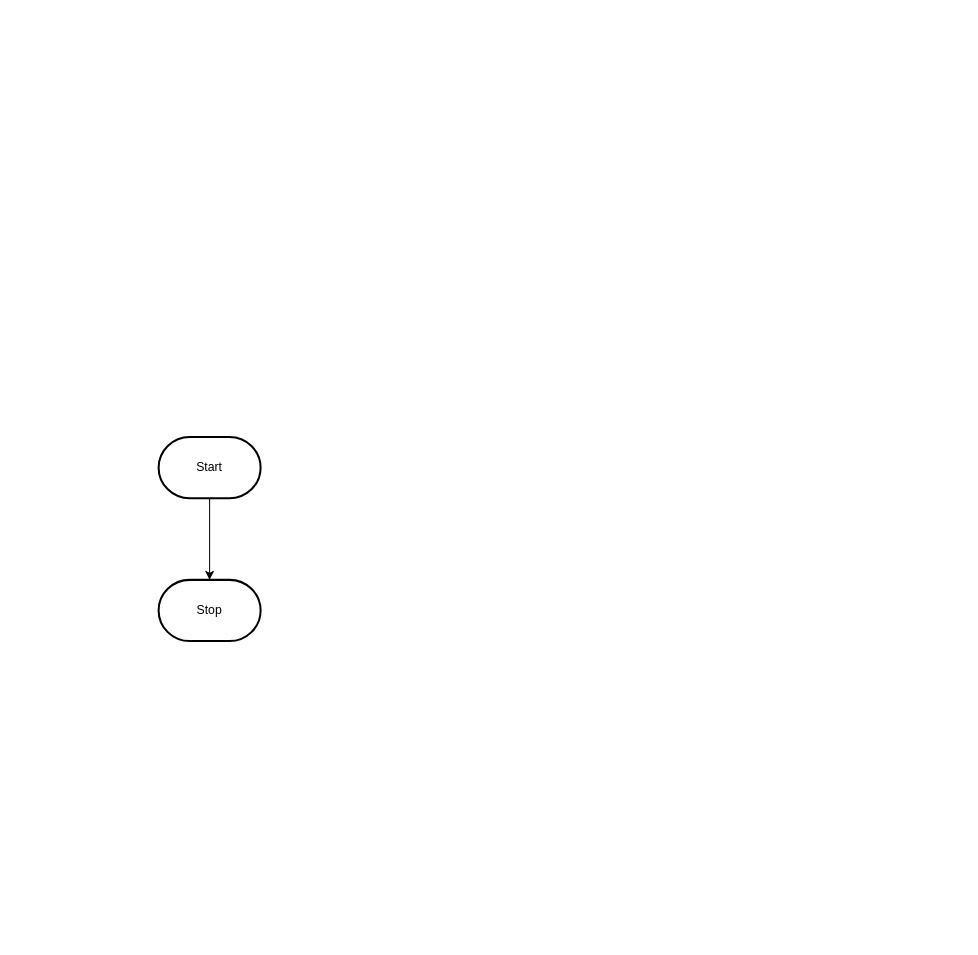
Above: design/flowchart.drawio in MTHS-ICS3U-2-2022/ICS3U-Assignment-5-Nina-S-Mathew (draw.io), before the change. Source tidied: cells renumbered, new cells numbered last; positions are measured from the earlier drawing's top-left corner, leaving out a move shared by most shapes. Both pictures are drawn from the tidied source at 102%, with x=0, y=0 at pixel (158, 437).
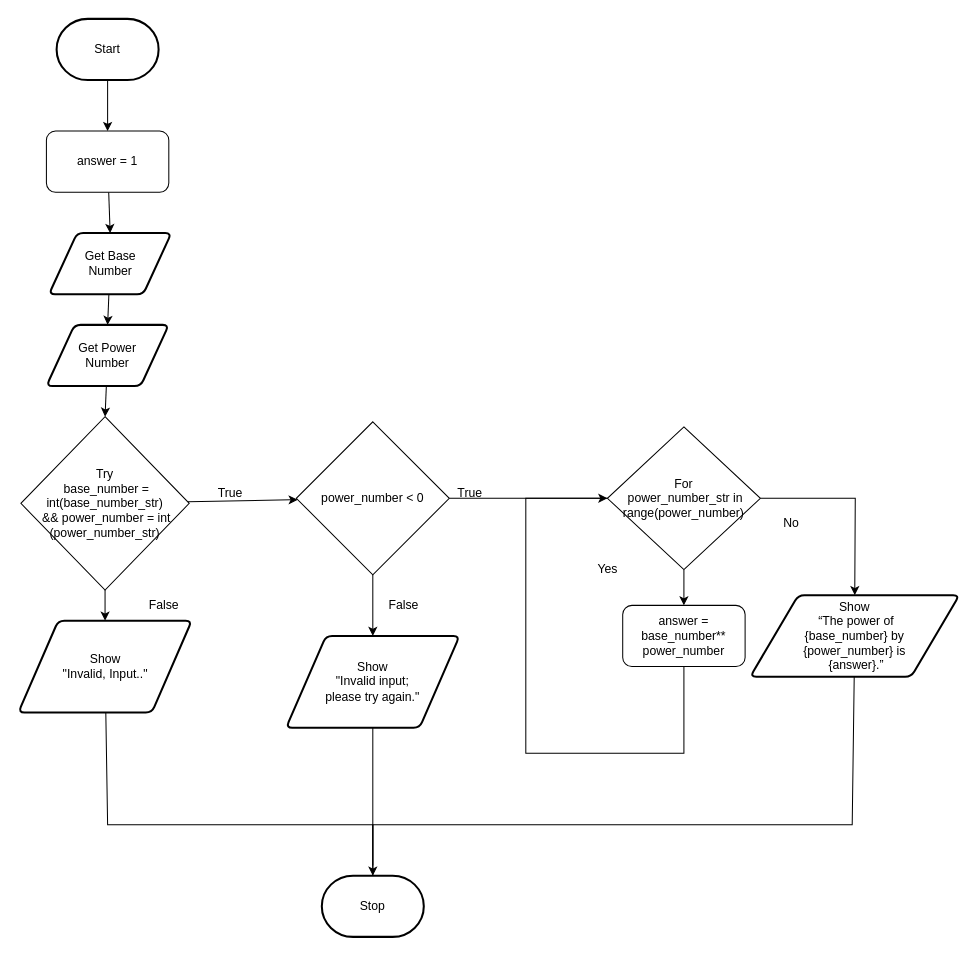
The same page after the edit.

What changed in the source:
```diff
@@
-    <mxCell id="2" style="edgeStyle=orthogonalEdgeStyle;html=1;rounded=0;" parent="1" edge="1" source="3" target="4">
+    <mxCell id="2" style="edgeStyle=none;html=1;" parent="1" edge="1" source="3" target="6">
       <mxGeometry relative="1" as="geometry" />
     </mxCell>
     <mxCell id="3" value="Start" style="strokeWidth=2;html=1;shape=mxgraph.flowchart.terminator;whiteSpace=wrap;" parent="1" vertex="1">
-      <mxGeometry width="100" height="60" as="geometry" />
+      <mxGeometry x="-100" y="-410" width="100" height="60" as="geometry" />
     </mxCell>
     <mxCell id="4" value="Stop" style="strokeWidth=2;html=1;shape=mxgraph.flowchart.terminator;whiteSpace=wrap;" parent="1" vertex="1">
-      <mxGeometry y="140" width="100" height="60" as="geometry" />
+      <mxGeometry x="160" y="430" width="100" height="60" as="geometry" />
     </mxCell>
+    <mxCell id="5" style="edgeStyle=none;html=1;entryX=0.5;entryY=0;entryDx=0;entryDy=0;" parent="1" edge="1" source="6" target="8">
+      <mxGeometry relative="1" as="geometry" />
+    </mxCell>
+    <mxCell id="6" value="answer = 1" style="rounded=1;whiteSpace=wrap;html=1;" parent="1" vertex="1">
+      <mxGeometry x="-110" y="-300" width="120" height="60" as="geometry" />
+    </mxCell>
+    <mxCell id="7" style="edgeStyle=none;html=1;entryX=0.5;entryY=0;entryDx=0;entryDy=0;" parent="1" edge="1" source="8" target="33">
+      <mxGeometry relative="1" as="geometry" />
+    </mxCell>
+    <mxCell id="8" value="Get Base &lt;br&gt;Number" style="shape=parallelogram;html=1;strokeWidth=2;perimeter=parallelogramPerimeter;whiteSpace=wrap;rounded=1;arcSize=12;size=0.23;" parent="1" vertex="1">
+      <mxGeometry x="-107.5" y="-200" width="120" height="60" as="geometry" />
+    </mxCell>
+    <mxCell id="9" style="edgeStyle=none;html=1;entryX=0.5;entryY=0;entryDx=0;entryDy=0;" parent="1" edge="1" source="11" target="22">
+      <mxGeometry relative="1" as="geometry" />
+    </mxCell>
+    <mxCell id="10" style="edgeStyle=none;rounded=0;html=1;exitX=1;exitY=0.5;exitDx=0;exitDy=0;endArrow=classic;endFill=1;entryX=0.5;entryY=0;entryDx=0;entryDy=0;" parent="1" edge="1" source="11" target="21">
+      <mxGeometry relative="1" as="geometry">
+        <Array as="points">
+          <mxPoint x="683" y="60" />
+        </Array>
+      </mxGeometry>
+    </mxCell>
+    <mxCell id="11" value="For&lt;br&gt;&amp;nbsp;power_number_str in range(power_number)" style="rhombus;whiteSpace=wrap;html=1;" parent="1" vertex="1">
+      <mxGeometry x="440" y="-10" width="150" height="140" as="geometry" />
+    </mxCell>
+    <mxCell id="12" style="edgeStyle=none;rounded=0;html=1;entryX=0;entryY=0.5;entryDx=0;entryDy=0;exitX=0.5;exitY=1;exitDx=0;exitDy=0;" parent="1" edge="1" source="22" target="11">
+      <mxGeometry relative="1" as="geometry">
+        <Array as="points">
+          <mxPoint x="515" y="310" />
+          <mxPoint x="360" y="310" />
+          <mxPoint x="360" y="60" />
+        </Array>
+      </mxGeometry>
+    </mxCell>
+    <mxCell id="13" value="Yes" style="text;html=1;align=center;verticalAlign=middle;strokeColor=none;fillColor=none;" parent="1" vertex="1">
+      <mxGeometry x="420" y="115" width="40" height="30" as="geometry" />
+    </mxCell>
+    <mxCell id="14" value="No" style="text;html=1;align=center;verticalAlign=middle;strokeColor=none;fillColor=none;" parent="1" vertex="1">
+      <mxGeometry x="600" y="70" width="40" height="30" as="geometry" />
+    </mxCell>
+    <mxCell id="15" style="edgeStyle=none;rounded=0;html=1;entryX=0.5;entryY=0;entryDx=0;entryDy=0;" parent="1" edge="1" source="17" target="19">
+      <mxGeometry relative="1" as="geometry" />
+    </mxCell>
+    <mxCell id="16" style="edgeStyle=none;html=1;" parent="1" edge="1" source="17" target="27">
+      <mxGeometry relative="1" as="geometry" />
+    </mxCell>
+    <mxCell id="17" value="Try&lt;br&gt;&amp;nbsp;base_number = int(base_number_str)&lt;br&gt;&amp;nbsp;&amp;amp;&amp;amp;&amp;nbsp;power_number = int&lt;br&gt;(power_number_str)" style="rhombus;whiteSpace=wrap;html=1;" parent="1" vertex="1">
+      <mxGeometry x="-135" y="-20" width="165" height="170" as="geometry" />
+    </mxCell>
+    <mxCell id="18" style="edgeStyle=none;html=1;entryX=0.5;entryY=0;entryDx=0;entryDy=0;entryPerimeter=0;endArrow=none;endFill=0;rounded=0;" parent="1" edge="1" source="19" target="4">
+      <mxGeometry relative="1" as="geometry">
+        <Array as="points">
+          <mxPoint x="-50" y="380" />
+          <mxPoint x="210" y="380" />
+        </Array>
+      </mxGeometry>
+    </mxCell>
+    <mxCell id="19" value="Show &lt;br&gt;&quot;Invalid, Input..&quot;" style="shape=parallelogram;html=1;strokeWidth=2;perimeter=parallelogramPerimeter;whiteSpace=wrap;rounded=1;arcSize=12;size=0.23;" parent="1" vertex="1">
+      <mxGeometry x="-137.5" y="180" width="170" height="90" as="geometry" />
+    </mxCell>
+    <mxCell id="20" style="edgeStyle=none;html=1;entryX=0.5;entryY=0;entryDx=0;entryDy=0;entryPerimeter=0;endArrow=classic;endFill=1;rounded=0;" parent="1" edge="1" source="21" target="4">
+      <mxGeometry relative="1" as="geometry">
+        <Array as="points">
+          <mxPoint x="680" y="380" />
+          <mxPoint x="210" y="380" />
+        </Array>
+      </mxGeometry>
+    </mxCell>
+    <mxCell id="21" value="Show &lt;br&gt;&amp;nbsp;“The power of &lt;br&gt;{base_number} by &lt;br&gt;{power_number} is&lt;br&gt;&amp;nbsp;{answer}.”" style="shape=parallelogram;html=1;strokeWidth=2;perimeter=parallelogramPerimeter;whiteSpace=wrap;rounded=1;arcSize=12;size=0.23;" parent="1" vertex="1">
+      <mxGeometry x="580" y="155" width="205" height="80" as="geometry" />
+    </mxCell>
+    <mxCell id="22" value="answer = base_number**&lt;br&gt;power_number" style="rounded=1;whiteSpace=wrap;html=1;" parent="1" vertex="1">
+      <mxGeometry x="455" y="165" width="120" height="60" as="geometry" />
+    </mxCell>
+    <mxCell id="23" value="True" style="text;html=1;align=center;verticalAlign=middle;strokeColor=none;fillColor=none;" parent="1" vertex="1">
+      <mxGeometry x="45" y="40" width="50" height="30" as="geometry" />
+    </mxCell>
+    <mxCell id="24" value="False" style="text;html=1;align=center;verticalAlign=middle;strokeColor=none;fillColor=none;" parent="1" vertex="1">
+      <mxGeometry x="-20" y="150" width="50" height="30" as="geometry" />
+    </mxCell>
+    <mxCell id="25" style="edgeStyle=none;rounded=0;html=1;entryX=0.5;entryY=0;entryDx=0;entryDy=0;" parent="1" edge="1" source="27" target="29">
+      <mxGeometry relative="1" as="geometry" />
+    </mxCell>
+    <mxCell id="26" style="edgeStyle=none;html=1;entryX=0;entryY=0.5;entryDx=0;entryDy=0;endArrow=none;endFill=0;" parent="1" edge="1" source="27" target="11">
+      <mxGeometry relative="1" as="geometry" />
+    </mxCell>
+    <mxCell id="27" value="power_number &amp;lt; 0" style="rhombus;whiteSpace=wrap;html=1;" parent="1" vertex="1">
+      <mxGeometry x="135" y="-15" width="150" height="150" as="geometry" />
+    </mxCell>
+    <mxCell id="28" style="edgeStyle=none;html=1;endArrow=none;endFill=0;" parent="1" edge="1" source="29">
+      <mxGeometry relative="1" as="geometry">
+        <mxPoint x="210" y="420" as="targetPoint" />
+      </mxGeometry>
+    </mxCell>
+    <mxCell id="29" value="Show &lt;br&gt;&quot;Invalid input; &lt;br&gt;please try again.&quot;" style="shape=parallelogram;html=1;strokeWidth=2;perimeter=parallelogramPerimeter;whiteSpace=wrap;rounded=1;arcSize=12;size=0.23;" parent="1" vertex="1">
+      <mxGeometry x="125" y="195" width="170" height="90" as="geometry" />
+    </mxCell>
+    <mxCell id="30" value="True" style="text;html=1;align=center;verticalAlign=middle;strokeColor=none;fillColor=none;" parent="1" vertex="1">
+      <mxGeometry x="280" y="40" width="50" height="30" as="geometry" />
+    </mxCell>
+    <mxCell id="31" value="False" style="text;html=1;align=center;verticalAlign=middle;strokeColor=none;fillColor=none;" parent="1" vertex="1">
+      <mxGeometry x="215" y="150" width="50" height="30" as="geometry" />
+    </mxCell>
+    <mxCell id="32" style="edgeStyle=none;html=1;entryX=0.5;entryY=0;entryDx=0;entryDy=0;" parent="1" edge="1" source="33" target="17">
+      <mxGeometry relative="1" as="geometry" />
+    </mxCell>
+    <mxCell id="33" value="Get Power&lt;br&gt;Number" style="shape=parallelogram;html=1;strokeWidth=2;perimeter=parallelogramPerimeter;whiteSpace=wrap;rounded=1;arcSize=12;size=0.23;" parent="1" vertex="1">
+      <mxGeometry x="-110" y="-110" width="120" height="60" as="geometry" />
+    </mxCell>
```
